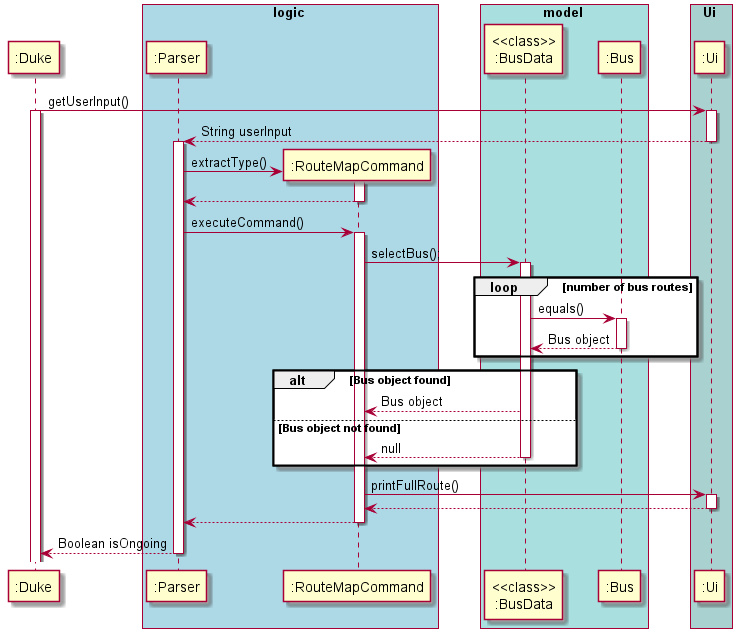
Earlier version of the PlantUML export docs/DG_Diagrams/RouteMapCommand/RouteMapCommandSeq.png (nus-cs2113-AY2021S1/tp).
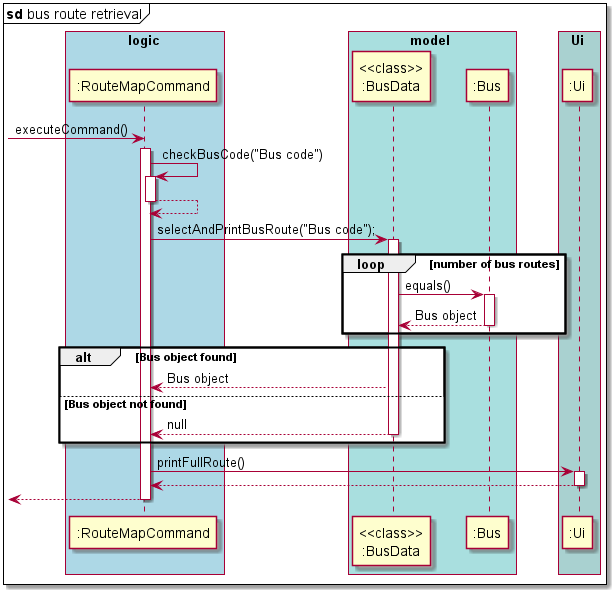
The same diagram one commit later.

Commit message:
Update route map command diagrams

The edit, as a diff of the source:
```diff
@@ -1,9 +1,8 @@
 @startuml
+mainframe **sd** bus route retrieval
+skinparam BoxPadding 20
 
-skinparam BoxPadding 20
-participant ":Duke"
 box logic #LightBlue
-participant ":Parser"
 participant ":RouteMapCommand"
 end box
 box model #A9DFDF
@@ -15,21 +14,15 @@
 end box
 
 
-":Duke" -> ":Ui" : getUserInput()
-activate ":Duke"
-activate ":Ui"
-":Ui" --> ":Parser": String userInput
-deactivate ":Ui"
+create ":RouteMapCommand"
+[-> ":RouteMapCommand" : executeCommand()
+activate ":RouteMapCommand"
+":RouteMapCommand" -> ":RouteMapCommand":checkBusCode("Bus code")
+activate ":RouteMapCommand"
+":RouteMapCommand" <-- ":RouteMapCommand"
+deactivate ":RouteMapCommand"
+":RouteMapCommand" -> "<<class>>\n:BusData" : selectAndPrintBusRoute("Bus code");
 
-activate ":Parser"
-create ":RouteMapCommand"
-":Parser" -> ":RouteMapCommand" :extractType()
-activate ":RouteMapCommand"
-":RouteMapCommand" --> ":Parser"
-deactivate ":RouteMapCommand"
-":Parser" -> ":RouteMapCommand" : executeCommand()
-activate ":RouteMapCommand"
-":RouteMapCommand" -> "<<class>>\n:BusData" : selectBus();
 activate "<<class>>\n:BusData"
 loop number of bus routes
     "<<class>>\n:BusData" -> ":Bus" : equals()
@@ -49,10 +42,8 @@
 ":Ui" --> ":RouteMapCommand"
 deactivate ":Ui"
 
-":RouteMapCommand" --> ":Parser"
+[<-- ":RouteMapCommand"
 deactivate ":RouteMapCommand"
-":Parser" --> ":Duke":Boolean isOngoing
-deactivate ":Parser"
 
 
 @enduml
```
